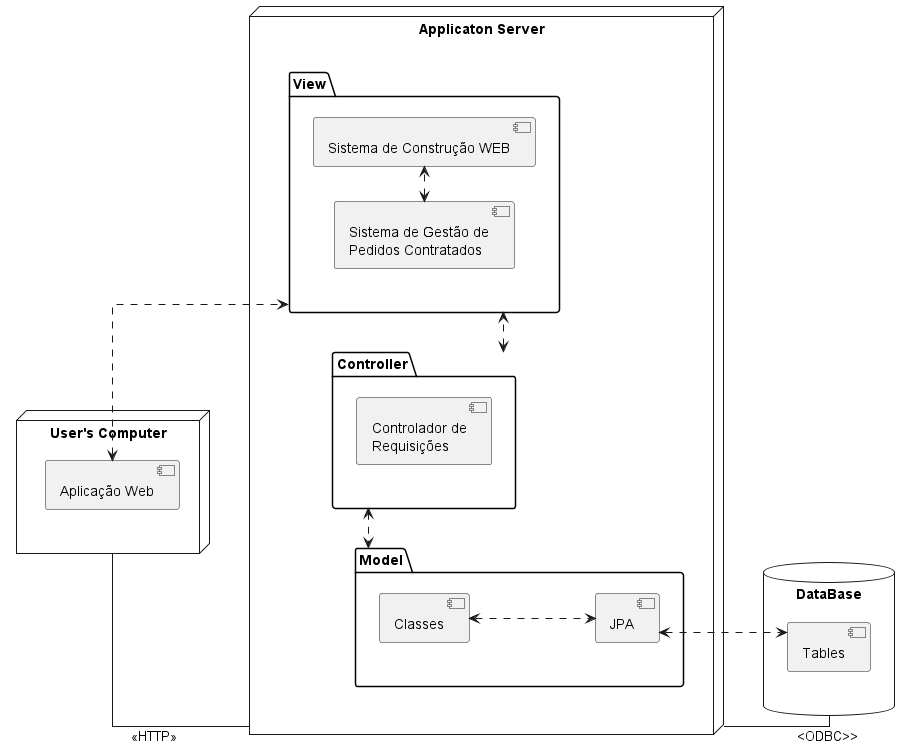
Above: projeto/Prints/PackageDiagram.png in PhilippeVieira/AluguelCarros-LDS (PlantUML), before the change.
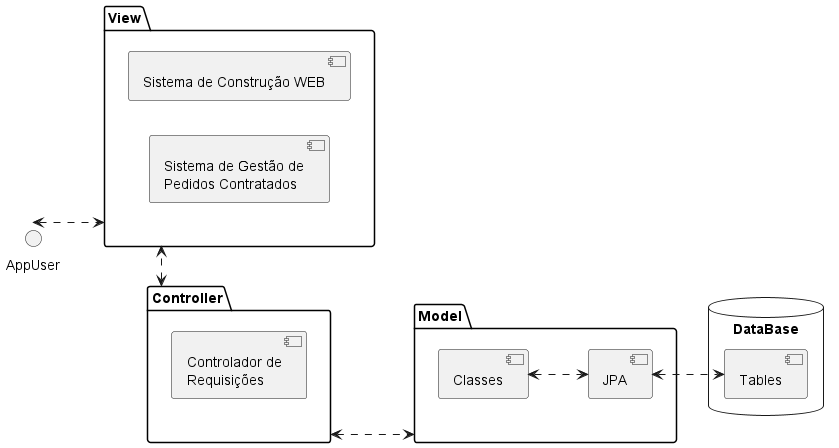
The same file after the commit.

What changed in the source:
```diff
@@ -1,37 +1,25 @@
 @startuml
 left to right direction
 skinparam linetype ortho
-
-node "User's Computer" as UC{
-    [Aplicação Web] as AppUser
+    package View {
+    [Sistema de Construção WEB] as SC
+    [Sistema de Gestão de\nPedidos Contratados] as SG
 }
-
-node "Applicaton Server" as AS{
-    package View {
-        [Sistema de Construção WEB] as SC
-        [Sistema de Gestão de\nPedidos Contratados] as SG
-    }
-    package Controller {
-             [Controlador de\nRequisições] as CTR
-    }
-    package Model {
-        [Classes]
-        [JPA]
-    }
+package Controller {
+         [Controlador de\nRequisições] as CTR
 }
-
+package Model {
+    [Classes]
+    [JPA]
+}
 database "DataBase" as DB {
     [Tables] as TB
 }
 
-DB --l-- AS :\t\t\t\t\t<ODBC>>
-UC -- AS :<<HTTP>>
+AppUser <..> View
 
-AppUser <..> View
-SC <.l.> SG
-
-Controller <.r.> View
-Controller <.l.> Model
+View <.l.> Controller
+Model <.u.> Controller
 
 Classes <..> JPA
 JPA <..> TB
```
